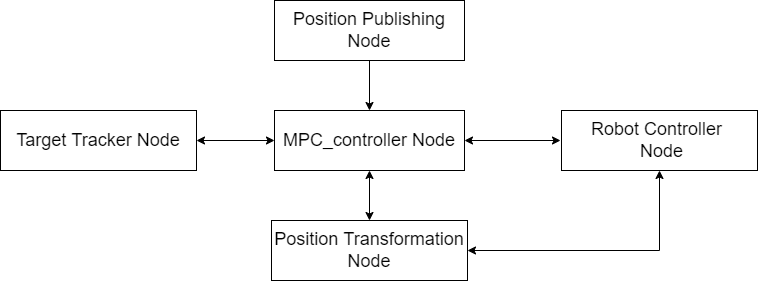
The draw.io diagram control_flow1.drawio.png in LiuisStupid/notebook, before a commit. Source tidied: cells renumbered, new cells last; positions are measured from the earlier drawing's top-left corner, leaving out a move shared by most shapes.
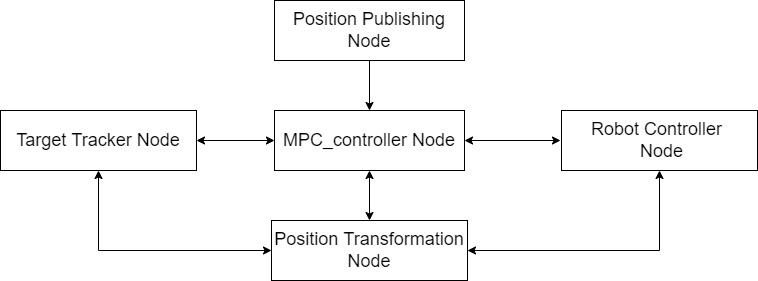
After the commit.

The edit, as a diff of the source:
```diff
@@ -38,5 +38,12 @@
         </Array>
       </mxGeometry>
     </mxCell>
+    <mxCell id="12" style="endArrow=classic;startArrow=classic;html=1;rounded=0;fontSize=18;entryX=0.5;entryY=1;entryDx=0;entryDy=0;exitX=0;exitY=0.5;exitDx=0;exitDy=0;" parent="1" edge="1" source="4" target="6">
+      <mxGeometry relative="1" as="geometry">
+        <Array as="points">
+          <mxPoint x="98" y="250" />
+        </Array>
+      </mxGeometry>
+    </mxCell>
   </root>
 </mxGraphModel>
```
